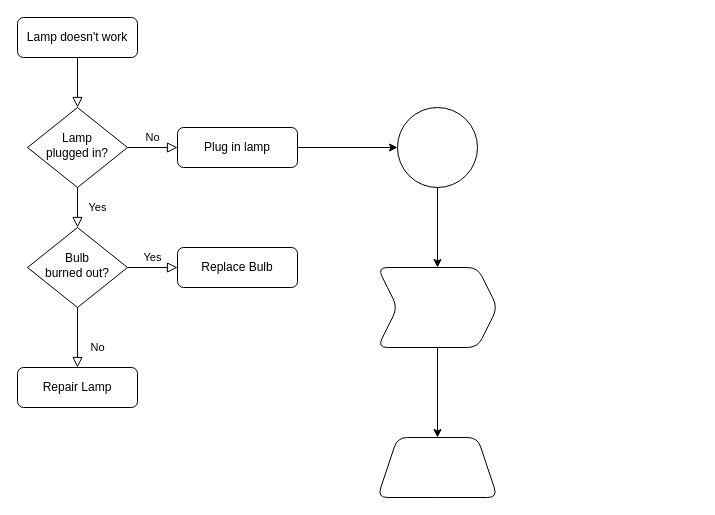
Before: Sample Diagram.drawio in kvillacarillo/Draw-IO-Sample-Repository, a draw.io diagram. Source tidied: cells renumbered, new cells numbered last; positions are measured from the earlier drawing's top-left corner, leaving out a move shared by most shapes. Both pictures are drawn from the tidied source at 100%, with x=0, y=0 at pixel (17, 17).
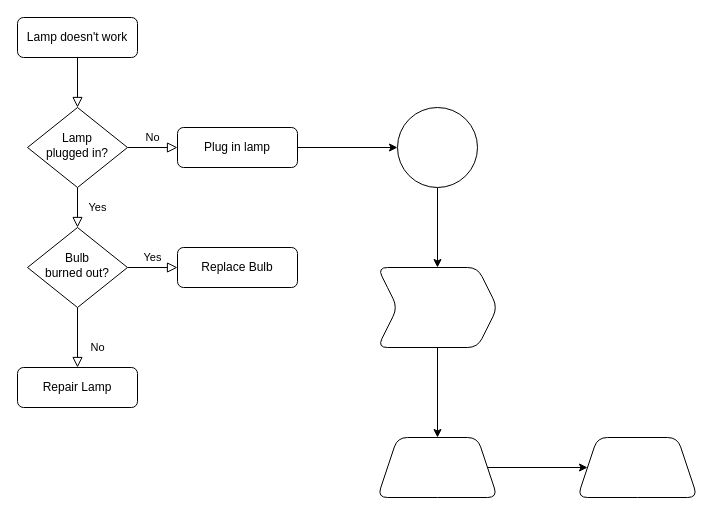
After the change.

The change refers to these unchanged cells:
```xml
<mxCell id="18" style="shape=trapezoid;perimeter=trapezoidPerimeter;whiteSpace=wrap;html=1;fixedSize=1;rounded=1;glass=0;strokeWidth=1;shadow=0;" parent="1" vertex="1">
  <mxGeometry x="360" y="420" width="120" height="60" as="geometry" />
</mxCell>
```

Diff of the diagram source:
```diff
@@
+    <mxCell id="19" style="edgeStyle=orthogonalEdgeStyle;rounded=0;jettySize=auto;html=1;" parent="1" edge="1" source="18" target="20">
+      <mxGeometry relative="1" as="geometry" />
+    </mxCell>
@@
+    <mxCell id="20" style="shape=trapezoid;perimeter=trapezoidPerimeter;whiteSpace=wrap;html=1;fixedSize=1;rounded=1;glass=0;strokeWidth=1;shadow=0;" parent="1" vertex="1">
+      <mxGeometry x="560" y="420" width="120" height="60" as="geometry" />
+    </mxCell>
```
